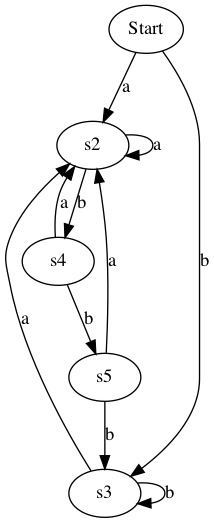
Before: labs/lab1/output/DFA.gv.png, a diagram exported from Graphviz (Blackbackofficial/Compiler_Objc). Its source is kept beside it as labs/lab1/output/DFA.gv.
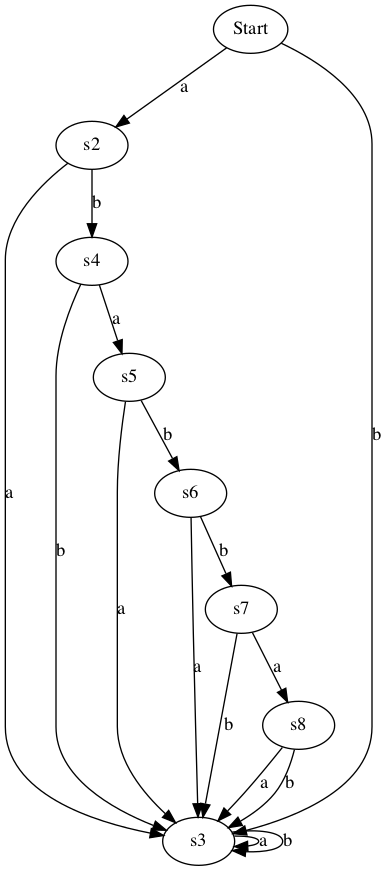
Later version of the same file.

The edit, as a diff of the source:
```diff
@@ -3,15 +3,24 @@
 Start->s2[label=a]
 Start->s3[label=b]
 s2
-s2->s2[label=a]
+s2->s3[label=a]
 s2->s4[label=b]
 s3
-s3->s2[label=a]
+s3->s3[label=a]
 s3->s3[label=b]
 s4
-s4->s2[label=a]
-s4->s5[label=b]
+s4->s5[label=a]
+s4->s3[label=b]
 s5
-s5->s2[label=a]
-s5->s3[label=b]
+s5->s3[label=a]
+s5->s6[label=b]
+s6
+s6->s3[label=a]
+s6->s7[label=b]
+s7
+s7->s8[label=a]
+s7->s3[label=b]
+s8
+s8->s3[label=a]
+s8->s3[label=b]
 }
```
